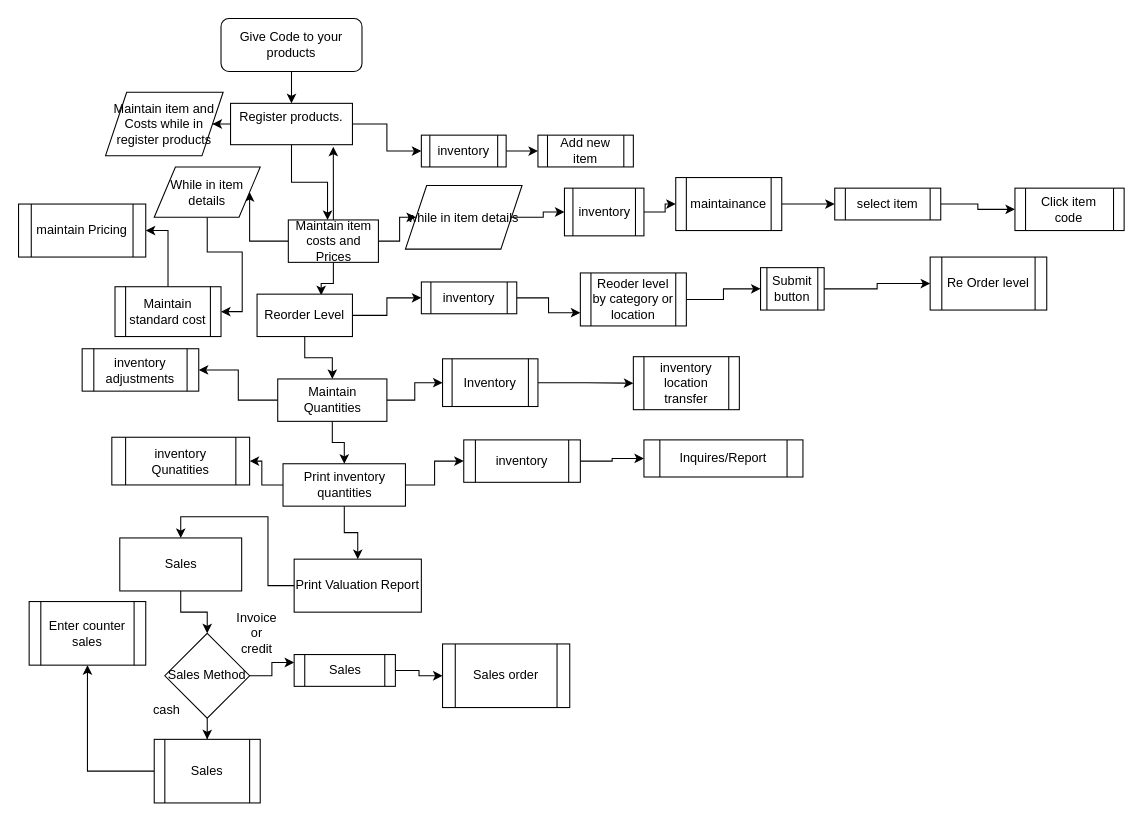
Before: Untitled Diagram.drawio in Julip20/Projzalongwa, a draw.io diagram. Source tidied: cells renumbered, new cells numbered last; positions are measured from the earlier drawing's top-left corner, leaving out a move shared by most shapes. Both pictures are drawn from the tidied source at 106%, with x=0, y=0 at pixel (18, 18).
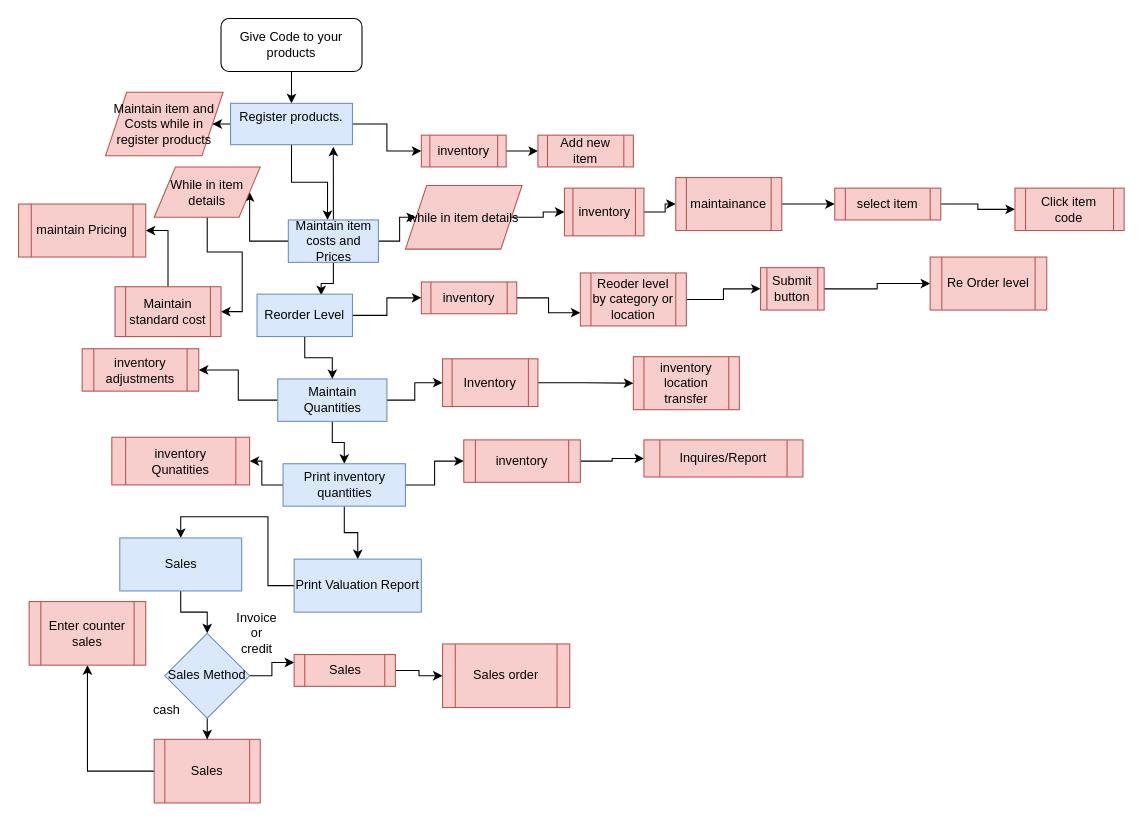
The same diagram, later.

Change to the diagram source:
```diff
@@
-    <mxCell id="7" value="&lt;div&gt;Register products.&lt;/div&gt;&lt;div&gt;&lt;br&gt;&lt;/div&gt;" style="rounded=0;whiteSpace=wrap;html=1;strokeWidth=1;" parent="1" vertex="1">
+    <mxCell id="7" value="&lt;div&gt;Register products.&lt;/div&gt;&lt;div&gt;&lt;br&gt;&lt;/div&gt;" style="rounded=0;whiteSpace=wrap;html=1;strokeWidth=1;fillColor=#dae8fc;strokeColor=#6c8ebf;" parent="1" vertex="1">
       <mxGeometry x="200" y="80" width="115" height="39" as="geometry" />
     </mxCell>
@@
-    <mxCell id="9" value="inventory" style="shape=process;whiteSpace=wrap;html=1;backgroundOutline=1;strokeWidth=1;" parent="1" vertex="1">
+    <mxCell id="9" value="inventory" style="shape=process;whiteSpace=wrap;html=1;backgroundOutline=1;strokeWidth=1;fillColor=#f8cecc;strokeColor=#b85450;" parent="1" vertex="1">
       <mxGeometry x="380" y="110" width="80" height="30" as="geometry" />
     </mxCell>
-    <mxCell id="10" value="Add new item" style="shape=process;whiteSpace=wrap;html=1;backgroundOutline=1;strokeWidth=1;" parent="1" vertex="1">
+    <mxCell id="10" value="Add new item" style="shape=process;whiteSpace=wrap;html=1;backgroundOutline=1;strokeWidth=1;fillColor=#f8cecc;strokeColor=#b85450;" parent="1" vertex="1">
       <mxGeometry x="490" y="110" width="90" height="30" as="geometry" />
     </mxCell>
@@
-    <mxCell id="14" value="Maintain Quantities" style="rounded=0;whiteSpace=wrap;html=1;strokeWidth=1;" parent="1" vertex="1">
+    <mxCell id="14" value="Maintain Quantities" style="rounded=0;whiteSpace=wrap;html=1;strokeWidth=1;fillColor=#dae8fc;strokeColor=#6c8ebf;" parent="1" vertex="1">
       <mxGeometry x="244.5" y="340" width="103" height="40" as="geometry" />
     </mxCell>
-    <mxCell id="15" value="inventory location transfer" style="shape=process;whiteSpace=wrap;html=1;backgroundOutline=1;strokeWidth=1;" parent="1" vertex="1">
+    <mxCell id="15" value="inventory location transfer" style="shape=process;whiteSpace=wrap;html=1;backgroundOutline=1;strokeWidth=1;fillColor=#f8cecc;strokeColor=#b85450;" parent="1" vertex="1">
       <mxGeometry x="580" y="319" width="100" height="50" as="geometry" />
     </mxCell>
-    <mxCell id="16" value="inventory adjustments" style="shape=process;whiteSpace=wrap;html=1;backgroundOutline=1;strokeWidth=1;" parent="1" vertex="1">
+    <mxCell id="16" value="inventory adjustments" style="shape=process;whiteSpace=wrap;html=1;backgroundOutline=1;strokeWidth=1;fillColor=#f8cecc;strokeColor=#b85450;" parent="1" vertex="1">
       <mxGeometry x="60" y="311.5" width="110" height="40" as="geometry" />
     </mxCell>
@@
-    <mxCell id="20" value="Print inventory quantities" style="rounded=0;whiteSpace=wrap;html=1;strokeWidth=1;" parent="1" vertex="1">
+    <mxCell id="20" value="Print inventory quantities" style="rounded=0;whiteSpace=wrap;html=1;strokeWidth=1;fillColor=#dae8fc;strokeColor=#6c8ebf;" parent="1" vertex="1">
       <mxGeometry x="249.5" y="420" width="115.5" height="40" as="geometry" />
     </mxCell>
@@
-    <mxCell id="22" value="inventory" style="shape=process;whiteSpace=wrap;html=1;backgroundOutline=1;strokeWidth=1;" parent="1" vertex="1">
+    <mxCell id="22" value="inventory" style="shape=process;whiteSpace=wrap;html=1;backgroundOutline=1;strokeWidth=1;fillColor=#f8cecc;strokeColor=#b85450;" parent="1" vertex="1">
       <mxGeometry x="420" y="397.5" width="110" height="40" as="geometry" />
     </mxCell>
-    <mxCell id="23" value="Inquires/Report" style="shape=process;whiteSpace=wrap;html=1;backgroundOutline=1;strokeWidth=1;" parent="1" vertex="1">
+    <mxCell id="23" value="Inquires/Report" style="shape=process;whiteSpace=wrap;html=1;backgroundOutline=1;strokeWidth=1;fillColor=#f8cecc;strokeColor=#b85450;" parent="1" vertex="1">
       <mxGeometry x="590" y="397.5" width="150" height="35" as="geometry" />
     </mxCell>
-    <mxCell id="24" value="inventory Qunatities" style="shape=process;whiteSpace=wrap;html=1;backgroundOutline=1;strokeWidth=1;" parent="1" vertex="1">
+    <mxCell id="24" value="inventory Qunatities" style="shape=process;whiteSpace=wrap;html=1;backgroundOutline=1;strokeWidth=1;fillColor=#f8cecc;strokeColor=#b85450;" parent="1" vertex="1">
       <mxGeometry x="88" y="395" width="130" height="45" as="geometry" />
     </mxCell>
@@
-    <mxCell id="29" value="Maintain item costs and Prices" style="rounded=0;whiteSpace=wrap;html=1;strokeWidth=1;" parent="1" vertex="1">
+    <mxCell id="29" value="Maintain item costs and Prices" style="rounded=0;whiteSpace=wrap;html=1;strokeWidth=1;fillColor=#dae8fc;strokeColor=#6c8ebf;" parent="1" vertex="1">
       <mxGeometry x="254.5" y="190" width="85" height="40" as="geometry" />
     </mxCell>
@@
-    <mxCell id="31" value="Print Valuation Report" style="rounded=0;whiteSpace=wrap;html=1;strokeWidth=1;" parent="1" vertex="1">
+    <mxCell id="31" value="Print Valuation Report" style="rounded=0;whiteSpace=wrap;html=1;strokeWidth=1;fillColor=#dae8fc;strokeColor=#6c8ebf;" parent="1" vertex="1">
       <mxGeometry x="260" y="510" width="120" height="50" as="geometry" />
     </mxCell>
@@
-    <mxCell id="33" value="Sales" style="rounded=0;whiteSpace=wrap;html=1;strokeWidth=1;" parent="1" vertex="1">
+    <mxCell id="33" value="Sales" style="rounded=0;whiteSpace=wrap;html=1;strokeWidth=1;fillColor=#dae8fc;strokeColor=#6c8ebf;" parent="1" vertex="1">
       <mxGeometry x="95.5" y="490" width="115" height="50" as="geometry" />
     </mxCell>
@@
-    <mxCell id="36" value="Sales Method" style="rhombus;whiteSpace=wrap;html=1;strokeWidth=1;" parent="1" vertex="1">
+    <mxCell id="36" value="Sales Method" style="rhombus;whiteSpace=wrap;html=1;strokeWidth=1;fillColor=#dae8fc;strokeColor=#6c8ebf;" parent="1" vertex="1">
       <mxGeometry x="138" y="580" width="80" height="80" as="geometry" />
     </mxCell>
@@
-    <mxCell id="38" value="Sales" style="shape=process;whiteSpace=wrap;html=1;backgroundOutline=1;strokeWidth=1;" parent="1" vertex="1">
+    <mxCell id="38" value="Sales" style="shape=process;whiteSpace=wrap;html=1;backgroundOutline=1;strokeWidth=1;fillColor=#f8cecc;strokeColor=#b85450;" parent="1" vertex="1">
       <mxGeometry x="260" y="600" width="95.5" height="30" as="geometry" />
     </mxCell>
-    <mxCell id="39" value="Sales order" style="shape=process;whiteSpace=wrap;html=1;backgroundOutline=1;strokeWidth=1;" parent="1" vertex="1">
+    <mxCell id="39" value="Sales order" style="shape=process;whiteSpace=wrap;html=1;backgroundOutline=1;strokeWidth=1;fillColor=#f8cecc;strokeColor=#b85450;" parent="1" vertex="1">
       <mxGeometry x="400" y="590" width="120" height="60" as="geometry" />
     </mxCell>
@@
-    <mxCell id="41" value="Sales" style="shape=process;whiteSpace=wrap;html=1;backgroundOutline=1;strokeWidth=1;" parent="1" vertex="1">
+    <mxCell id="41" value="Sales" style="shape=process;whiteSpace=wrap;html=1;backgroundOutline=1;strokeWidth=1;fillColor=#f8cecc;strokeColor=#b85450;" parent="1" vertex="1">
       <mxGeometry x="128" y="680" width="100" height="60" as="geometry" />
     </mxCell>
-    <mxCell id="42" value="Enter counter sales" style="shape=process;whiteSpace=wrap;html=1;backgroundOutline=1;strokeWidth=1;" parent="1" vertex="1">
+    <mxCell id="42" value="Enter counter sales" style="shape=process;whiteSpace=wrap;html=1;backgroundOutline=1;strokeWidth=1;fillColor=#f8cecc;strokeColor=#b85450;" parent="1" vertex="1">
       <mxGeometry x="10" y="550" width="110" height="60" as="geometry" />
     </mxCell>
@@
-    <mxCell id="45" value="Reorder Level" style="rounded=0;whiteSpace=wrap;html=1;strokeWidth=1;" parent="1" vertex="1">
+    <mxCell id="45" value="Reorder Level" style="rounded=0;whiteSpace=wrap;html=1;strokeWidth=1;fillColor=#dae8fc;strokeColor=#6c8ebf;" parent="1" vertex="1">
       <mxGeometry x="225" y="260" width="90" height="40" as="geometry" />
     </mxCell>
@@
-    <mxCell id="47" value="inventory" style="shape=process;whiteSpace=wrap;html=1;backgroundOutline=1;strokeWidth=1;" parent="1" vertex="1">
+    <mxCell id="47" value="inventory" style="shape=process;whiteSpace=wrap;html=1;backgroundOutline=1;strokeWidth=1;fillColor=#f8cecc;strokeColor=#b85450;" parent="1" vertex="1">
       <mxGeometry x="380" y="248.5" width="90" height="30" as="geometry" />
     </mxCell>
@@
-    <mxCell id="49" value="Reoder level by category or location" style="shape=process;whiteSpace=wrap;html=1;backgroundOutline=1;strokeWidth=1;" parent="1" vertex="1">
+    <mxCell id="49" value="Reoder level by category or location" style="shape=process;whiteSpace=wrap;html=1;backgroundOutline=1;strokeWidth=1;fillColor=#f8cecc;strokeColor=#b85450;" parent="1" vertex="1">
       <mxGeometry x="530" y="240" width="100" height="50" as="geometry" />
     </mxCell>
@@
-    <mxCell id="51" value="&lt;div&gt;Submit&lt;/div&gt;&lt;div&gt;button&lt;br&gt;&lt;/div&gt;" style="shape=process;whiteSpace=wrap;html=1;backgroundOutline=1;strokeWidth=1;" parent="1" vertex="1">
+    <mxCell id="51" value="&lt;div&gt;Submit&lt;/div&gt;&lt;div&gt;button&lt;br&gt;&lt;/div&gt;" style="shape=process;whiteSpace=wrap;html=1;backgroundOutline=1;strokeWidth=1;fillColor=#f8cecc;strokeColor=#b85450;" parent="1" vertex="1">
       <mxGeometry x="700" y="235" width="60" height="40" as="geometry" />
     </mxCell>
-    <mxCell id="52" value="Re Order level" style="shape=process;whiteSpace=wrap;html=1;backgroundOutline=1;strokeWidth=1;" parent="1" vertex="1">
+    <mxCell id="52" value="Re Order level" style="shape=process;whiteSpace=wrap;html=1;backgroundOutline=1;strokeWidth=1;fillColor=#f8cecc;strokeColor=#b85450;" parent="1" vertex="1">
       <mxGeometry x="860" y="225" width="110" height="50" as="geometry" />
     </mxCell>
-    <mxCell id="53" value="Maintain item and Costs while in register products" style="shape=parallelogram;perimeter=parallelogramPerimeter;whiteSpace=wrap;html=1;fixedSize=1;strokeWidth=1;" parent="1" vertex="1">
+    <mxCell id="53" value="Maintain item and Costs while in register products" style="shape=parallelogram;perimeter=parallelogramPerimeter;whiteSpace=wrap;html=1;fixedSize=1;strokeWidth=1;fillColor=#f8cecc;strokeColor=#b85450;" parent="1" vertex="1">
       <mxGeometry x="82" y="69.5" width="111" height="60" as="geometry" />
     </mxCell>
@@
-    <mxCell id="55" value="while in item details" style="shape=parallelogram;perimeter=parallelogramPerimeter;whiteSpace=wrap;html=1;fixedSize=1;strokeWidth=1;" parent="1" vertex="1">
+    <mxCell id="55" value="while in item details" style="shape=parallelogram;perimeter=parallelogramPerimeter;whiteSpace=wrap;html=1;fixedSize=1;strokeWidth=1;fillColor=#f8cecc;strokeColor=#b85450;" parent="1" vertex="1">
       <mxGeometry x="365" y="157.5" width="110" height="60" as="geometry" />
     </mxCell>
@@
-    <mxCell id="57" value="inventory" style="shape=process;whiteSpace=wrap;html=1;backgroundOutline=1;strokeWidth=1;" parent="1" vertex="1">
+    <mxCell id="57" value="inventory" style="shape=process;whiteSpace=wrap;html=1;backgroundOutline=1;strokeWidth=1;fillColor=#f8cecc;strokeColor=#b85450;" parent="1" vertex="1">
       <mxGeometry x="515" y="160" width="75" height="45" as="geometry" />
     </mxCell>
@@
-    <mxCell id="59" value="maintainance" style="shape=process;whiteSpace=wrap;html=1;backgroundOutline=1;strokeWidth=1;" parent="1" vertex="1">
+    <mxCell id="59" value="maintainance" style="shape=process;whiteSpace=wrap;html=1;backgroundOutline=1;strokeWidth=1;fillColor=#f8cecc;strokeColor=#b85450;" parent="1" vertex="1">
       <mxGeometry x="620" y="150" width="100" height="50" as="geometry" />
     </mxCell>
@@
-    <mxCell id="61" value="select item" style="shape=process;whiteSpace=wrap;html=1;backgroundOutline=1;strokeWidth=1;" parent="1" vertex="1">
+    <mxCell id="61" value="select item" style="shape=process;whiteSpace=wrap;html=1;backgroundOutline=1;strokeWidth=1;fillColor=#f8cecc;strokeColor=#b85450;" parent="1" vertex="1">
       <mxGeometry x="770" y="160" width="100" height="30" as="geometry" />
     </mxCell>
-    <mxCell id="62" value="Click item code" style="shape=process;whiteSpace=wrap;html=1;backgroundOutline=1;strokeWidth=1;" parent="1" vertex="1">
+    <mxCell id="62" value="Click item code" style="shape=process;whiteSpace=wrap;html=1;backgroundOutline=1;strokeWidth=1;fillColor=#f8cecc;strokeColor=#b85450;" parent="1" vertex="1">
       <mxGeometry x="940" y="160" width="103" height="40" as="geometry" />
     </mxCell>
@@
-    <mxCell id="64" value="While in item details" style="shape=parallelogram;perimeter=parallelogramPerimeter;whiteSpace=wrap;html=1;fixedSize=1;strokeWidth=1;" parent="1" vertex="1">
+    <mxCell id="64" value="While in item details" style="shape=parallelogram;perimeter=parallelogramPerimeter;whiteSpace=wrap;html=1;fixedSize=1;strokeWidth=1;fillColor=#f8cecc;strokeColor=#b85450;" parent="1" vertex="1">
       <mxGeometry x="128" y="140" width="100" height="47.5" as="geometry" />
     </mxCell>
@@
-    <mxCell id="66" value="Maintain standard cost" style="shape=process;whiteSpace=wrap;html=1;backgroundOutline=1;strokeWidth=1;" parent="1" vertex="1">
+    <mxCell id="66" value="Maintain standard cost" style="shape=process;whiteSpace=wrap;html=1;backgroundOutline=1;strokeWidth=1;fillColor=#f8cecc;strokeColor=#b85450;" parent="1" vertex="1">
       <mxGeometry x="91" y="253" width="100" height="47" as="geometry" />
     </mxCell>
-    <mxCell id="67" value="maintain Pricing" style="shape=process;whiteSpace=wrap;html=1;backgroundOutline=1;strokeWidth=1;" parent="1" vertex="1">
+    <mxCell id="67" value="maintain Pricing" style="shape=process;whiteSpace=wrap;html=1;backgroundOutline=1;strokeWidth=1;fillColor=#f8cecc;strokeColor=#b85450;" parent="1" vertex="1">
       <mxGeometry y="175" width="120" height="50" as="geometry" />
     </mxCell>
@@
-    <mxCell id="69" value="Inventory" style="shape=process;whiteSpace=wrap;html=1;backgroundOutline=1;strokeWidth=1;" parent="1" vertex="1">
+    <mxCell id="69" value="Inventory" style="shape=process;whiteSpace=wrap;html=1;backgroundOutline=1;strokeWidth=1;fillColor=#f8cecc;strokeColor=#b85450;" parent="1" vertex="1">
       <mxGeometry x="400" y="321" width="90" height="45" as="geometry" />
     </mxCell>
```
